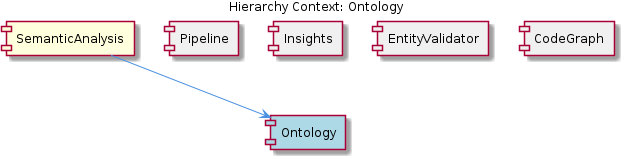
The PlantUML diagram .data/knowledge-graph/insights/images/ontology-relationship.png in fwornle/coding, before a commit. Its source is kept beside it as .data/knowledge-graph/insights/puml/ontology-relationship.puml.
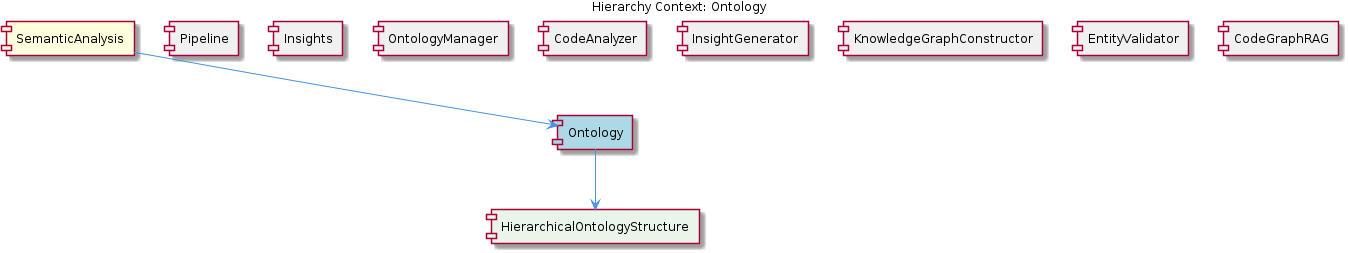
The same file after the commit.

The edit, as a diff of the source:
```diff
@@ -7,13 +7,23 @@
 [Ontology] as ontology #LightBlue
 [Pipeline] as pipeline #F0F0F0
 [Insights] as insights #F0F0F0
+[OntologyManager] as ontology_manager #F0F0F0
+[CodeAnalyzer] as code_analyzer #F0F0F0
+[InsightGenerator] as insight_generator #F0F0F0
+[KnowledgeGraphConstructor] as knowledge_graph_constructor #F0F0F0
 [EntityValidator] as entity_validator #F0F0F0
-[CodeGraph] as code_graph #F0F0F0
+[CodeGraphRAG] as code_graph_rag #F0F0F0
+[HierarchicalOntologyStructure] as hierarchical_ontology_structure #E8F5E8
 
 semantic_analysis --> ontology
 pipeline -[hidden]- ontology
 insights -[hidden]- ontology
+ontology_manager -[hidden]- ontology
+code_analyzer -[hidden]- ontology
+insight_generator -[hidden]- ontology
+knowledge_graph_constructor -[hidden]- ontology
 entity_validator -[hidden]- ontology
-code_graph -[hidden]- ontology
+code_graph_rag -[hidden]- ontology
+ontology --> hierarchical_ontology_structure
 
 @enduml
```
